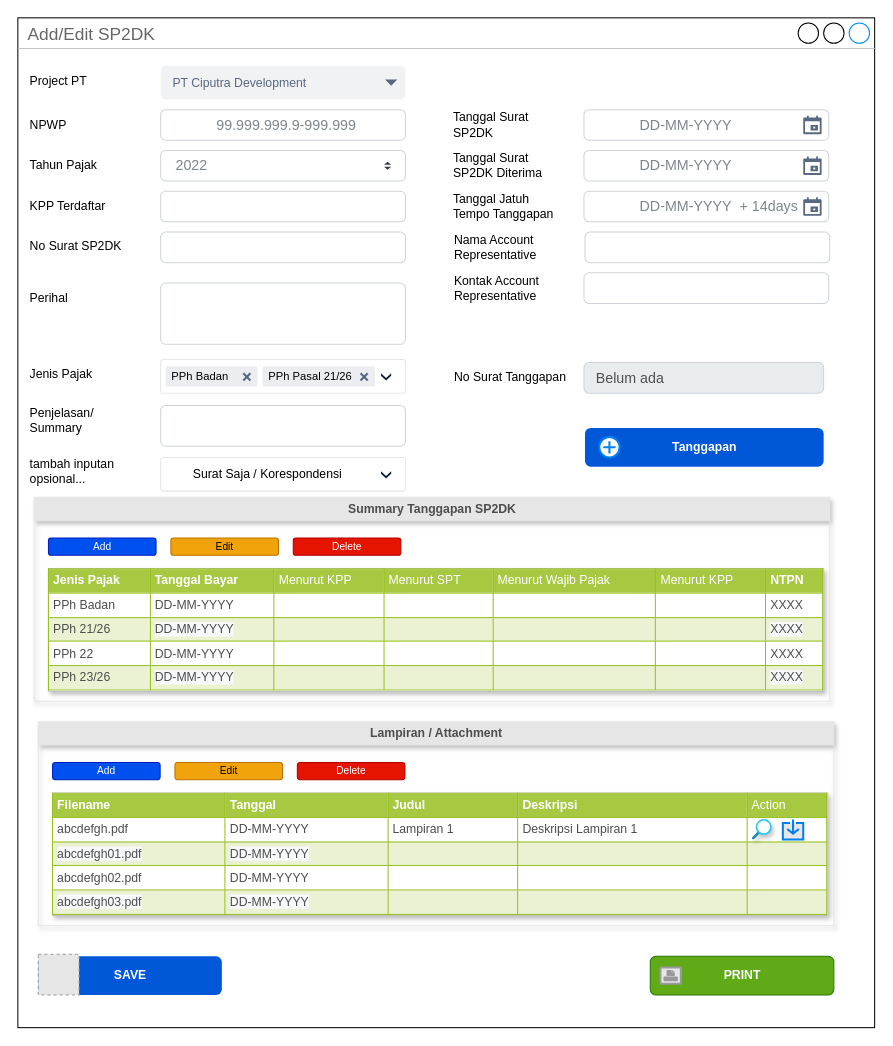
prasetyodavid/TAMS keeps this draw.io diagram as page "1.0 SP2DK_addnew" (4 of 22) of TAMS.drawio. Above is the earlier version. Source tidied: cells renumbered, new cells numbered last; positions are measured from the earlier drawing's top-left corner, leaving out a move shared by most shapes. Both pictures are drawn from the tidied source at 102%, with x=0, y=0 at pixel (17, 17). Pictures stored in the file or linked from it are replaced by grey dashed boxes.
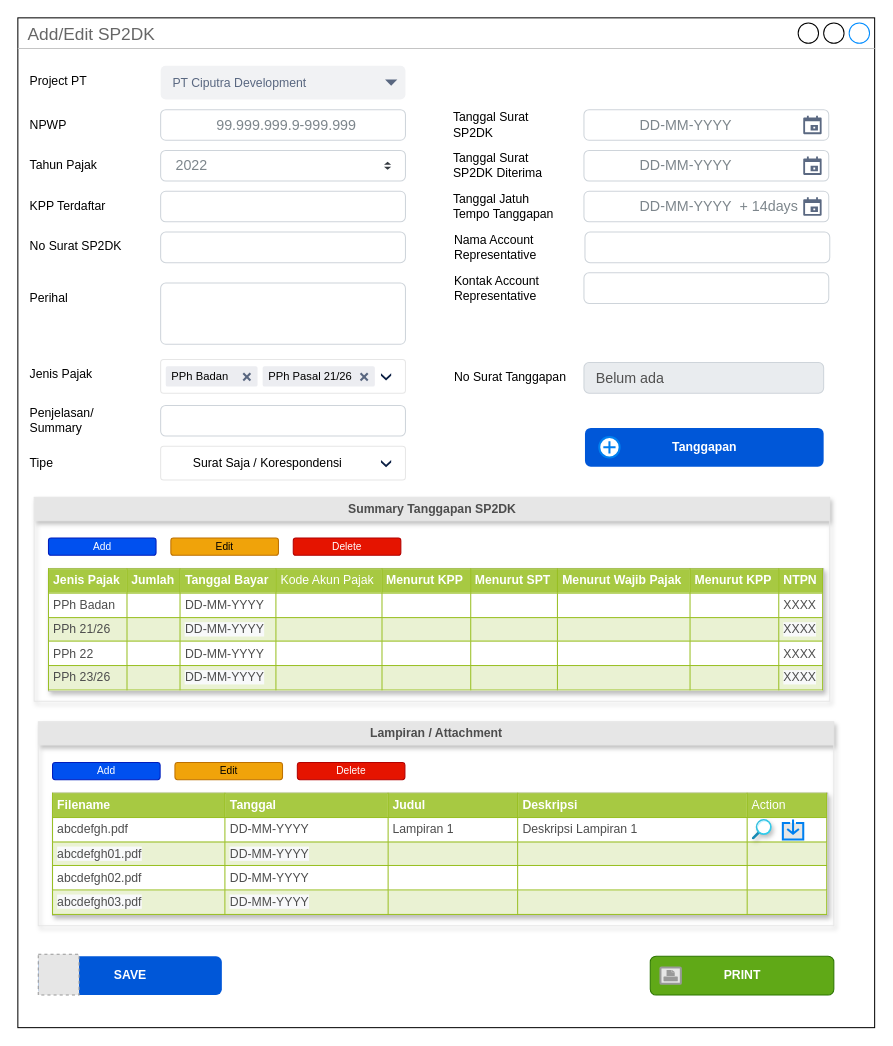
Above is the later version.

Unchanged cells that the change refers to:
```xml
<mxCell id="47" style="group;" parent="1" vertex="1">
  <mxGeometry x="16" y="470" width="780" height="200" as="geometry" />
</mxCell>
```

Change to the diagram source:
```diff
@@
     <mxCell id="42" style="html=1;shadow=0;dashed=0;shape=mxgraph.bootstrap.rrect;rSize=5;strokeColor=#CED4DA;html=1;whiteSpace=wrap;fillColor=#FFFFFF;fontColor=#7D868C;align=left;spacing=15;spacingLeft=40;fontSize=14;" parent="1" vertex="1">
-      <mxGeometry x="140" y="380" width="240" height="40" as="geometry" />
+      <mxGeometry x="140" y="380" width="240" height="30" as="geometry" />
     </mxCell>
@@
-    <mxCell id="52" value="&lt;table border=&quot;1&quot; width=&quot;100%&quot; height=&quot;100%&quot; cellpadding=&quot;4&quot; style=&quot;width:100%;height:100%;border-collapse:collapse;&quot;&gt;&lt;tbody&gt;&lt;tr style=&quot;background-color:#A7C942;color:#ffffff;border:1px solid #98bf21;&quot;&gt;&lt;th align=&quot;left&quot;&gt;Jenis Pajak&lt;/th&gt;&lt;th align=&quot;left&quot;&gt;Tanggal Bayar&lt;/th&gt;&lt;td&gt;Menurut KPP&lt;/td&gt;&lt;td&gt;Menurut SPT&lt;br&gt;&lt;/td&gt;&lt;td&gt;Menurut Wajib Pajak&lt;/td&gt;&lt;td&gt;Menurut KPP&lt;br&gt;&lt;/td&gt;&lt;th align=&quot;left&quot;&gt;NTPN&lt;/th&gt;&lt;/tr&gt;&lt;tr style=&quot;border:1px solid #98bf21;&quot;&gt;&lt;td&gt;PPh Badan&lt;/td&gt;&lt;td&gt;DD-MM-YYYY&lt;/td&gt;&lt;td&gt;&lt;br&gt;&lt;/td&gt;&lt;td&gt;&lt;br&gt;&lt;/td&gt;&lt;td&gt;&lt;br&gt;&lt;/td&gt;&lt;td&gt;&lt;br&gt;&lt;/td&gt;&lt;td&gt;XXXX&lt;/td&gt;&lt;/tr&gt;&lt;tr style=&quot;background-color:#EAF2D3;border:1px solid #98bf21;&quot;&gt;&lt;td&gt;PPh 21/26&lt;/td&gt;&lt;td&gt;&lt;span style=&quot;background-color: rgb(248, 249, 250);&quot;&gt;DD-MM-YYYY&lt;/span&gt;&lt;br&gt;&lt;/td&gt;&lt;td&gt;&lt;br&gt;&lt;/td&gt;&lt;td&gt;&lt;br&gt;&lt;/td&gt;&lt;td&gt;&lt;br&gt;&lt;/td&gt;&lt;td&gt;&lt;br&gt;&lt;/td&gt;&lt;td&gt;&lt;span style=&quot;background-color: rgb(248, 249, 250);&quot;&gt;XXXX&lt;/span&gt;&lt;br&gt;&lt;/td&gt;&lt;/tr&gt;&lt;tr style=&quot;border:1px solid #98bf21;&quot;&gt;&lt;td&gt;PPh 22&lt;/td&gt;&lt;td&gt;DD-MM-YYYY&lt;br&gt;&lt;/td&gt;&lt;td&gt;&lt;br&gt;&lt;/td&gt;&lt;td&gt;&lt;br&gt;&lt;/td&gt;&lt;td&gt;&lt;br&gt;&lt;/td&gt;&lt;td&gt;&lt;br&gt;&lt;/td&gt;&lt;td&gt;XXXX&lt;br&gt;&lt;/td&gt;&lt;/tr&gt;&lt;tr style=&quot;background-color:#EAF2D3;border:1px solid #98bf21;&quot;&gt;&lt;td&gt;PPh 23/26&lt;/td&gt;&lt;td&gt;&lt;span style=&quot;background-color: rgb(248, 249, 250);&quot;&gt;DD-MM-YYYY&lt;/span&gt;&lt;br&gt;&lt;/td&gt;&lt;td&gt;&lt;br&gt;&lt;/td&gt;&lt;td&gt;&lt;br&gt;&lt;/td&gt;&lt;td&gt;&lt;br&gt;&lt;/td&gt;&lt;td&gt;&lt;br&gt;&lt;/td&gt;&lt;td&gt;&lt;span style=&quot;background-color: rgb(248, 249, 250);&quot;&gt;XXXX&lt;/span&gt;&lt;br&gt;&lt;/td&gt;&lt;/tr&gt;&lt;/tbody&gt;&lt;/table&gt;" style="text;html=1;strokeColor=#c0c0c0;fillColor=#ffffff;overflow=fill;rounded=0;shadow=1;fontColor=#4D4D4D;" parent="47" vertex="1">
+    <mxCell id="52" value="&lt;table border=&quot;1&quot; width=&quot;100%&quot; height=&quot;100%&quot; cellpadding=&quot;4&quot; style=&quot;width:100%;height:100%;border-collapse:collapse;&quot;&gt;&lt;tbody&gt;&lt;tr style=&quot;background-color:#A7C942;color:#ffffff;border:1px solid #98bf21;&quot;&gt;&lt;th align=&quot;left&quot;&gt;Jenis Pajak&lt;/th&gt;&lt;td&gt;&lt;b&gt;Jumlah&lt;/b&gt;&lt;/td&gt;&lt;th align=&quot;left&quot;&gt;Tanggal Bayar&lt;/th&gt;&lt;td&gt;Kode Akun Pajak&lt;/td&gt;&lt;td&gt;&lt;b&gt;Menurut KPP&lt;/b&gt;&lt;/td&gt;&lt;td&gt;&lt;b&gt;Menurut SPT&lt;/b&gt;&lt;br&gt;&lt;/td&gt;&lt;td&gt;&lt;b&gt;Menurut Wajib Pajak&lt;/b&gt;&lt;/td&gt;&lt;td&gt;&lt;b&gt;Menurut KPP&lt;/b&gt;&lt;br&gt;&lt;/td&gt;&lt;th align=&quot;left&quot;&gt;NTPN&lt;/th&gt;&lt;/tr&gt;&lt;tr style=&quot;border:1px solid #98bf21;&quot;&gt;&lt;td&gt;PPh Badan&lt;/td&gt;&lt;td&gt;&lt;br&gt;&lt;/td&gt;&lt;td&gt;DD-MM-YYYY&lt;/td&gt;&lt;td&gt;&lt;br&gt;&lt;/td&gt;&lt;td&gt;&lt;br&gt;&lt;/td&gt;&lt;td&gt;&lt;br&gt;&lt;/td&gt;&lt;td&gt;&lt;br&gt;&lt;/td&gt;&lt;td&gt;&lt;br&gt;&lt;/td&gt;&lt;td&gt;XXXX&lt;/td&gt;&lt;/tr&gt;&lt;tr style=&quot;background-color:#EAF2D3;border:1px solid #98bf21;&quot;&gt;&lt;td&gt;PPh 21/26&lt;/td&gt;&lt;td&gt;&lt;br&gt;&lt;/td&gt;&lt;td&gt;&lt;span style=&quot;background-color: rgb(248, 249, 250);&quot;&gt;DD-MM-YYYY&lt;/span&gt;&lt;br&gt;&lt;/td&gt;&lt;td&gt;&lt;br&gt;&lt;/td&gt;&lt;td&gt;&lt;br&gt;&lt;/td&gt;&lt;td&gt;&lt;br&gt;&lt;/td&gt;&lt;td&gt;&lt;br&gt;&lt;/td&gt;&lt;td&gt;&lt;br&gt;&lt;/td&gt;&lt;td&gt;&lt;span style=&quot;background-color: rgb(248, 249, 250);&quot;&gt;XXXX&lt;/span&gt;&lt;br&gt;&lt;/td&gt;&lt;/tr&gt;&lt;tr style=&quot;border:1px solid #98bf21;&quot;&gt;&lt;td&gt;PPh 22&lt;/td&gt;&lt;td&gt;&lt;br&gt;&lt;/td&gt;&lt;td&gt;DD-MM-YYYY&lt;br&gt;&lt;/td&gt;&lt;td&gt;&lt;br&gt;&lt;/td&gt;&lt;td&gt;&lt;br&gt;&lt;/td&gt;&lt;td&gt;&lt;br&gt;&lt;/td&gt;&lt;td&gt;&lt;br&gt;&lt;/td&gt;&lt;td&gt;&lt;br&gt;&lt;/td&gt;&lt;td&gt;XXXX&lt;br&gt;&lt;/td&gt;&lt;/tr&gt;&lt;tr style=&quot;background-color:#EAF2D3;border:1px solid #98bf21;&quot;&gt;&lt;td&gt;PPh 23/26&lt;/td&gt;&lt;td&gt;&lt;br&gt;&lt;/td&gt;&lt;td&gt;&lt;span style=&quot;background-color: rgb(248, 249, 250);&quot;&gt;DD-MM-YYYY&lt;/span&gt;&lt;br&gt;&lt;/td&gt;&lt;td&gt;&lt;br&gt;&lt;/td&gt;&lt;td&gt;&lt;br&gt;&lt;/td&gt;&lt;td&gt;&lt;br&gt;&lt;/td&gt;&lt;td&gt;&lt;br&gt;&lt;/td&gt;&lt;td&gt;&lt;br&gt;&lt;/td&gt;&lt;td&gt;&lt;span style=&quot;background-color: rgb(248, 249, 250);&quot;&gt;XXXX&lt;/span&gt;&lt;br&gt;&lt;/td&gt;&lt;/tr&gt;&lt;/tbody&gt;&lt;/table&gt;" style="text;html=1;strokeColor=#c0c0c0;fillColor=#ffffff;overflow=fill;rounded=0;shadow=1;fontColor=#4D4D4D;" parent="47" vertex="1">
       <mxGeometry x="14" y="70" width="760" height="120" as="geometry" />
     </mxCell>
@@
-    <mxCell id="67" value="tambah inputan opsional..." style="text;html=1;strokeColor=none;fillColor=none;align=left;verticalAlign=middle;whiteSpace=wrap;rounded=0;fontColor=default;" parent="1" vertex="1">
-      <mxGeometry x="10" y="430" width="90" height="30" as="geometry" />
+    <mxCell id="67" value="Tipe" style="text;html=1;strokeColor=none;fillColor=none;align=left;verticalAlign=middle;whiteSpace=wrap;rounded=0;fontColor=default;" parent="1" vertex="1">
+      <mxGeometry x="10" y="421.5" width="90" height="30" as="geometry" />
     </mxCell>
     <mxCell id="68" value="Surat Saja / Korespondensi" style="rounded=1;arcSize=9;fillColor=#ffffff;strokeColor=#E6E6E6;strokeWidth=1;spacingLeft=30;fontColor=#000000;align=left;html=1;" parent="1" vertex="1">
-      <mxGeometry x="140" y="431" width="240" height="33" as="geometry" />
+      <mxGeometry x="140" y="420" width="240" height="33" as="geometry" />
     </mxCell>
```
